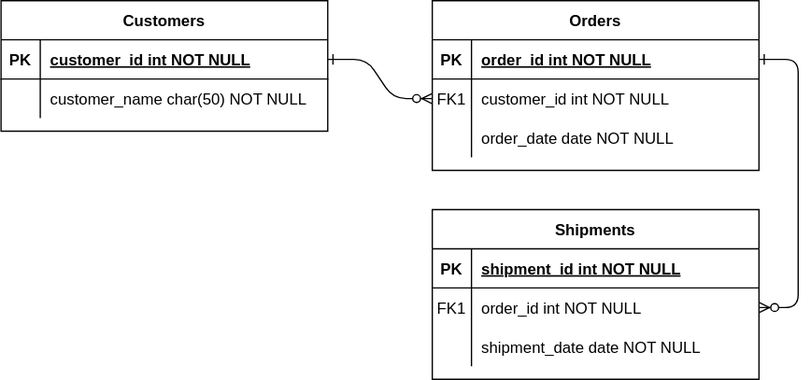
The draw.io diagram project-board-erd.svg in dongju97/toyproject-board, before a commit. Source tidied: cells renumbered, new cells last; positions are measured from the earlier drawing's top-left corner, leaving out a move shared by most shapes.
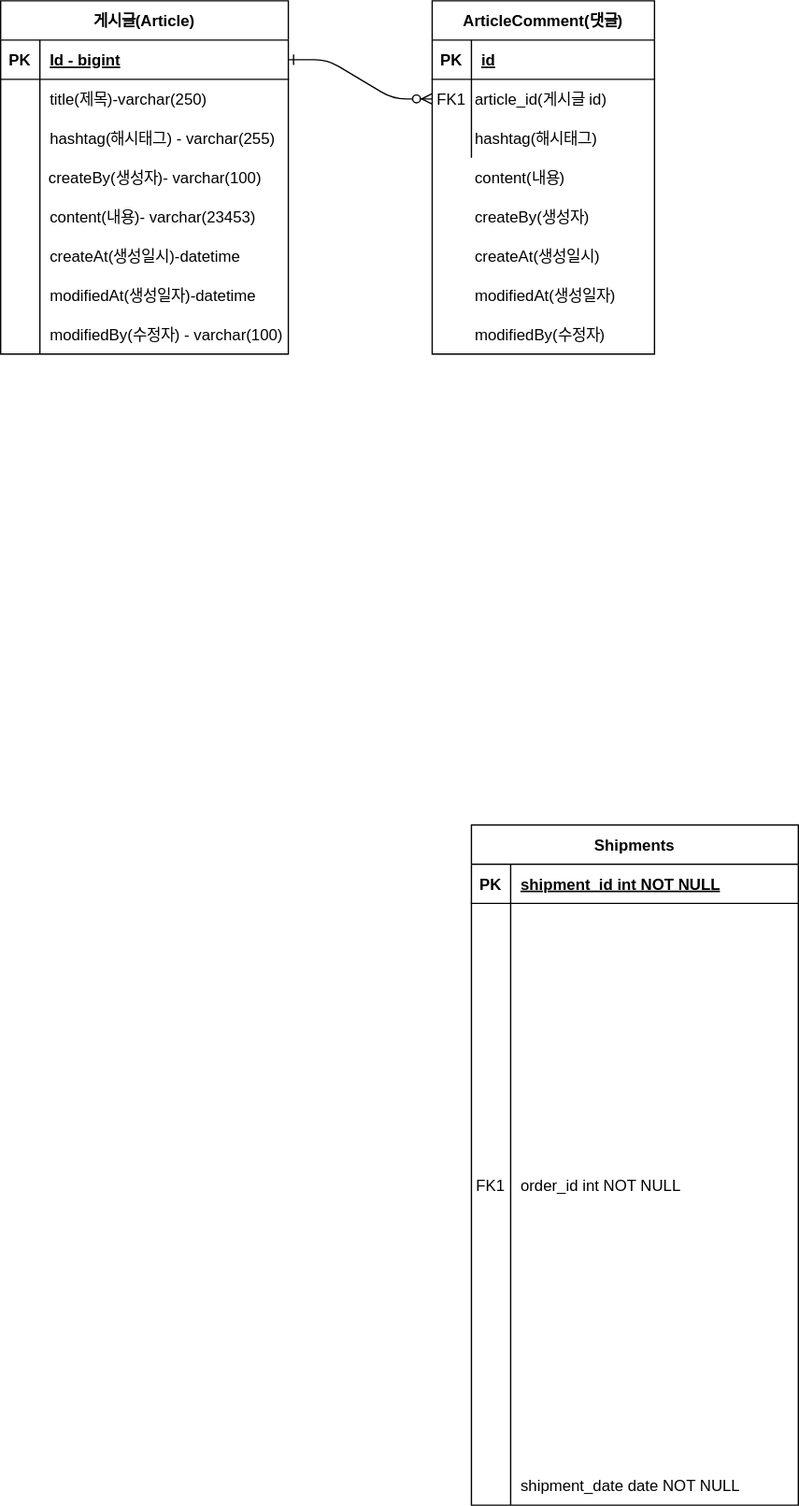
After the change.

Commit message:
#8 - ERD 그림 완성 project-board-erd.svg 업데이트

The edit, as a diff of the source:
```diff
@@ -5,41 +5,38 @@
     <mxCell id="2" style="edgeStyle=entityRelationEdgeStyle;endArrow=ERzeroToMany;startArrow=ERone;endFill=1;startFill=0;" parent="1" edge="1" source="25" target="8">
       <mxGeometry relative="1" as="geometry" />
     </mxCell>
-    <mxCell id="3" style="edgeStyle=entityRelationEdgeStyle;endArrow=ERzeroToMany;startArrow=ERone;endFill=1;startFill=0;" parent="1" edge="1" source="5" target="18">
-      <mxGeometry relative="1" as="geometry" />
-    </mxCell>
-    <mxCell id="4" value="Orders" style="shape=table;startSize=30;rowLines=0;fontStyle=1;align=center;" parent="1" vertex="1">
-      <mxGeometry x="330" width="250" height="130" as="geometry" />
+    <mxCell id="4" value="ArticleComment(댓글)" style="shape=table;startSize=30;rowLines=0;fontStyle=1;align=center;" parent="1" vertex="1">
+      <mxGeometry x="330" width="170" height="270" as="geometry" />
     </mxCell>
     <mxCell id="5" style="shape=partialRectangle;fillColor=none;points=[[0,0.5],[1,0.5]];portConstraint=eastwest;top=0;left=0;right=0;bottom=1;" parent="4" vertex="1">
-      <mxGeometry y="30" width="250" height="30" as="geometry" />
+      <mxGeometry y="30" width="170" height="30" as="geometry" />
     </mxCell>
     <mxCell id="6" value="PK" style="shape=partialRectangle;overflow=hidden;fillColor=none;top=0;left=0;bottom=0;right=0;fontStyle=1;" parent="5" vertex="1">
       <mxGeometry width="30" height="30" as="geometry" />
     </mxCell>
-    <mxCell id="7" value="order_id int NOT NULL " style="shape=partialRectangle;overflow=hidden;fillColor=none;top=0;left=0;bottom=0;right=0;align=left;spacingLeft=6;fontStyle=5;" parent="5" vertex="1">
-      <mxGeometry x="30" width="220" height="30" as="geometry" />
+    <mxCell id="7" value="id" style="shape=partialRectangle;overflow=hidden;fillColor=none;top=0;left=0;bottom=0;right=0;align=left;spacingLeft=6;fontStyle=5;" parent="5" vertex="1">
+      <mxGeometry x="30" width="140" height="30" as="geometry" />
     </mxCell>
     <mxCell id="8" style="shape=partialRectangle;fillColor=none;points=[[0,0.5],[1,0.5]];portConstraint=eastwest;top=0;left=0;right=0;bottom=0;" parent="4" vertex="1">
-      <mxGeometry y="60" width="250" height="30" as="geometry" />
+      <mxGeometry y="60" width="170" height="30" as="geometry" />
     </mxCell>
     <mxCell id="9" value="FK1" style="shape=partialRectangle;overflow=hidden;fillColor=none;top=0;left=0;bottom=0;right=0;" parent="8" vertex="1">
       <mxGeometry width="30" height="30" as="geometry" />
     </mxCell>
-    <mxCell id="10" value="customer_id int NOT NULL" style="shape=partialRectangle;overflow=hidden;fillColor=none;top=0;left=0;bottom=0;right=0;align=left;spacingLeft=6;" parent="8" vertex="1">
-      <mxGeometry x="30" width="220" height="30" as="geometry" />
+    <mxCell id="10" style="shape=partialRectangle;overflow=hidden;fillColor=none;top=0;left=0;bottom=0;right=0;align=left;spacingLeft=6;" parent="8" vertex="1">
+      <mxGeometry x="30" width="140" height="30" as="geometry" />
     </mxCell>
     <mxCell id="11" style="shape=partialRectangle;fillColor=none;top=0;left=0;right=0;bottom=0;" parent="4" vertex="1">
-      <mxGeometry y="90" width="250" height="30" as="geometry" />
+      <mxGeometry y="90" width="170" height="30" as="geometry" />
     </mxCell>
     <mxCell id="12" style="shape=partialRectangle;overflow=hidden;fillColor=none;top=0;left=0;bottom=0;right=0;" parent="11" vertex="1">
       <mxGeometry width="30" height="30" as="geometry" />
     </mxCell>
-    <mxCell id="13" value="order_date date NOT NULL" style="shape=partialRectangle;overflow=hidden;fillColor=none;top=0;left=0;bottom=0;right=0;align=left;spacingLeft=6;" parent="11" vertex="1">
-      <mxGeometry x="30" width="220" height="30" as="geometry" />
+    <mxCell id="13" style="shape=partialRectangle;overflow=hidden;fillColor=none;top=0;left=0;bottom=0;right=0;align=left;spacingLeft=6;" parent="11" vertex="1">
+      <mxGeometry x="30" width="140" height="30" as="geometry" />
     </mxCell>
     <mxCell id="14" value="Shipments" style="shape=table;startSize=30;rowLines=0;fontStyle=1;align=center;" parent="1" vertex="1">
-      <mxGeometry x="330" y="160" width="250" height="130" as="geometry" />
+      <mxGeometry x="360" y="630" width="250" height="520" as="geometry" />
     </mxCell>
     <mxCell id="15" style="shape=partialRectangle;fillColor=none;top=0;left=0;right=0;bottom=1;" parent="14" vertex="1">
       <mxGeometry y="30" width="250" height="30" as="geometry" />
@@ -51,16 +48,16 @@
       <mxGeometry x="30" width="220" height="30" as="geometry" />
     </mxCell>
     <mxCell id="18" style="shape=partialRectangle;fillColor=none;points=[[0,0.5],[1,0.5]];portConstraint=eastwest;top=0;left=0;right=0;bottom=0;" parent="14" vertex="1">
-      <mxGeometry y="60" width="250" height="30" as="geometry" />
+      <mxGeometry y="60" width="250" height="430" as="geometry" />
     </mxCell>
     <mxCell id="19" value="FK1" style="shape=partialRectangle;overflow=hidden;fillColor=none;top=0;left=0;bottom=0;right=0;" parent="18" vertex="1">
-      <mxGeometry width="30" height="30" as="geometry" />
+      <mxGeometry width="30" height="430" as="geometry" />
     </mxCell>
     <mxCell id="20" value="order_id int NOT NULL" style="shape=partialRectangle;overflow=hidden;fillColor=none;top=0;left=0;bottom=0;right=0;align=left;spacingLeft=6;" parent="18" vertex="1">
-      <mxGeometry x="30" width="220" height="30" as="geometry" />
+      <mxGeometry x="30" width="220" height="430" as="geometry" />
     </mxCell>
     <mxCell id="21" style="shape=partialRectangle;fillColor=none;top=0;left=0;right=0;bottom=0;" parent="14" vertex="1">
-      <mxGeometry y="90" width="250" height="30" as="geometry" />
+      <mxGeometry y="490" width="250" height="30" as="geometry" />
     </mxCell>
     <mxCell id="22" style="shape=partialRectangle;overflow=hidden;fillColor=none;top=0;left=0;bottom=0;right=0;" parent="21" vertex="1">
       <mxGeometry width="30" height="30" as="geometry" />
@@ -68,26 +65,65 @@
     <mxCell id="23" value="shipment_date date NOT NULL" style="shape=partialRectangle;overflow=hidden;fillColor=none;top=0;left=0;bottom=0;right=0;align=left;spacingLeft=6;" parent="21" vertex="1">
       <mxGeometry x="30" width="220" height="30" as="geometry" />
     </mxCell>
-    <mxCell id="24" value="Customers" style="shape=table;startSize=30;rowLines=0;fontStyle=1;align=center;" parent="1" vertex="1">
-      <mxGeometry width="250" height="100" as="geometry" />
+    <mxCell id="24" value="게시글(Article)" style="shape=table;startSize=30;rowLines=0;fontStyle=1;align=center;" parent="1" vertex="1">
+      <mxGeometry width="220" height="270" as="geometry" />
     </mxCell>
     <mxCell id="25" style="shape=partialRectangle;fillColor=none;points=[[0,0.5],[1,0.5]];portConstraint=eastwest;top=0;left=0;right=0;bottom=1;" parent="24" vertex="1">
-      <mxGeometry y="30" width="250" height="30" as="geometry" />
+      <mxGeometry y="30" width="220" height="30" as="geometry" />
     </mxCell>
     <mxCell id="26" value="PK" style="shape=partialRectangle;overflow=hidden;fillColor=none;top=0;left=0;bottom=0;right=0;fontStyle=1;" parent="25" vertex="1">
       <mxGeometry width="30" height="30" as="geometry" />
     </mxCell>
-    <mxCell id="27" value="customer_id int NOT NULL " style="shape=partialRectangle;overflow=hidden;fillColor=none;top=0;left=0;bottom=0;right=0;align=left;spacingLeft=6;fontStyle=5;" parent="25" vertex="1">
-      <mxGeometry x="30" width="220" height="30" as="geometry" />
+    <mxCell id="27" value="Id - bigint" style="shape=partialRectangle;overflow=hidden;fillColor=none;top=0;left=0;bottom=0;right=0;align=left;spacingLeft=6;fontStyle=5;" parent="25" vertex="1">
+      <mxGeometry x="30" width="190" height="30" as="geometry" />
     </mxCell>
     <mxCell id="28" style="shape=partialRectangle;fillColor=none;top=0;left=0;right=0;bottom=0;" parent="24" vertex="1">
-      <mxGeometry y="60" width="250" height="30" as="geometry" />
+      <mxGeometry y="60" width="220" height="210" as="geometry" />
     </mxCell>
     <mxCell id="29" style="shape=partialRectangle;overflow=hidden;fillColor=none;top=0;left=0;bottom=0;right=0;" parent="28" vertex="1">
-      <mxGeometry width="30" height="30" as="geometry" />
+      <mxGeometry width="30" height="210" as="geometry" />
     </mxCell>
-    <mxCell id="30" value="customer_name char(50) NOT NULL" style="shape=partialRectangle;overflow=hidden;fillColor=none;top=0;left=0;bottom=0;right=0;align=left;spacingLeft=6;" parent="28" vertex="1">
-      <mxGeometry x="30" width="220" height="30" as="geometry" />
+    <mxCell id="30" value="content(내용)- varchar(23453)" style="shape=partialRectangle;overflow=hidden;fillColor=none;top=0;left=0;bottom=0;right=0;align=left;spacingLeft=6;" parent="28" vertex="1">
+      <mxGeometry x="30" width="190" height="210" as="geometry" />
     </mxCell>
+    <mxCell id="31" value="title(제목)-varchar(250)" style="shape=partialRectangle;overflow=hidden;fillColor=none;top=0;left=0;bottom=0;right=0;align=left;spacingLeft=6;" parent="1" vertex="1">
+      <mxGeometry x="30" y="60" width="210" height="30" as="geometry" />
+    </mxCell>
+    <mxCell id="32" value="hashtag(해시태그) - varchar(255)" style="shape=partialRectangle;overflow=hidden;fillColor=none;top=0;left=0;bottom=0;right=0;align=left;spacingLeft=6;" parent="1" vertex="1">
+      <mxGeometry x="30" y="90" width="210" height="30" as="geometry" />
+    </mxCell>
+    <mxCell id="33" value="createAt(생성일시)-datetime" style="shape=partialRectangle;overflow=hidden;fillColor=none;top=0;left=0;bottom=0;right=0;align=left;spacingLeft=6;" parent="1" vertex="1">
+      <mxGeometry x="30" y="180" width="210" height="30" as="geometry" />
+    </mxCell>
+    <mxCell id="34" value="createBy(생성자)- varchar(100)" style="shape=partialRectangle;overflow=hidden;fillColor=none;top=0;left=0;bottom=0;right=0;align=left;spacingLeft=6;" parent="1" vertex="1">
+      <mxGeometry x="29" y="120" width="210" height="30" as="geometry" />
+    </mxCell>
+    <mxCell id="35" value="modifiedAt(생성일자)-datetime" style="shape=partialRectangle;overflow=hidden;fillColor=none;top=0;left=0;bottom=0;right=0;align=left;spacingLeft=6;" parent="1" vertex="1">
+      <mxGeometry x="30" y="210" width="210" height="30" as="geometry" />
+    </mxCell>
+    <mxCell id="36" value="modifiedBy(수정자) - varchar(100)" style="shape=partialRectangle;overflow=hidden;fillColor=none;top=0;left=0;bottom=0;right=0;align=left;spacingLeft=6;" parent="1" vertex="1">
+      <mxGeometry x="30" y="240" width="210" height="30" as="geometry" />
+    </mxCell>
+    <mxCell id="37" value="article_id(게시글 id)" style="shape=partialRectangle;overflow=hidden;fillColor=none;top=0;left=0;bottom=0;right=0;align=left;spacingLeft=6;" parent="1" vertex="1">
+      <mxGeometry x="355" y="60" width="210" height="30" as="geometry" />
+    </mxCell>
+    <mxCell id="38" value="hashtag(해시태그)" style="shape=partialRectangle;overflow=hidden;fillColor=none;top=0;left=0;bottom=0;right=0;align=left;spacingLeft=6;" parent="1" vertex="1">
+      <mxGeometry x="355" y="90" width="210" height="30" as="geometry" />
+    </mxCell>
+    <mxCell id="39" value="createAt(생성일시)" style="shape=partialRectangle;overflow=hidden;fillColor=none;top=0;left=0;bottom=0;right=0;align=left;spacingLeft=6;" parent="1" vertex="1">
+      <mxGeometry x="355" y="180" width="210" height="30" as="geometry" />
+    </mxCell>
+    <mxCell id="40" value="content(내용)" style="shape=partialRectangle;overflow=hidden;fillColor=none;top=0;left=0;bottom=0;right=0;align=left;spacingLeft=6;" parent="1" vertex="1">
+      <mxGeometry x="355" y="120" width="210" height="30" as="geometry" />
+    </mxCell>
+    <mxCell id="41" value="modifiedAt(생성일자)" style="shape=partialRectangle;overflow=hidden;fillColor=none;top=0;left=0;bottom=0;right=0;align=left;spacingLeft=6;" parent="1" vertex="1">
+      <mxGeometry x="355" y="210" width="210" height="30" as="geometry" />
+    </mxCell>
+    <mxCell id="42" value="modifiedBy(수정자)" style="shape=partialRectangle;overflow=hidden;fillColor=none;top=0;left=0;bottom=0;right=0;align=left;spacingLeft=6;" parent="1" vertex="1">
+      <mxGeometry x="355" y="240" width="210" height="30" as="geometry" />
+    </mxCell>
+    <mxCell id="43" value="createBy(생성자)" style="shape=partialRectangle;overflow=hidden;fillColor=none;top=0;left=0;bottom=0;right=0;align=left;spacingLeft=6;" parent="1" vertex="1">
+      <mxGeometry x="355" y="150" width="210" height="30" as="geometry" />
+    </mxCell>
   </root>
 </mxGraphModel>
```
